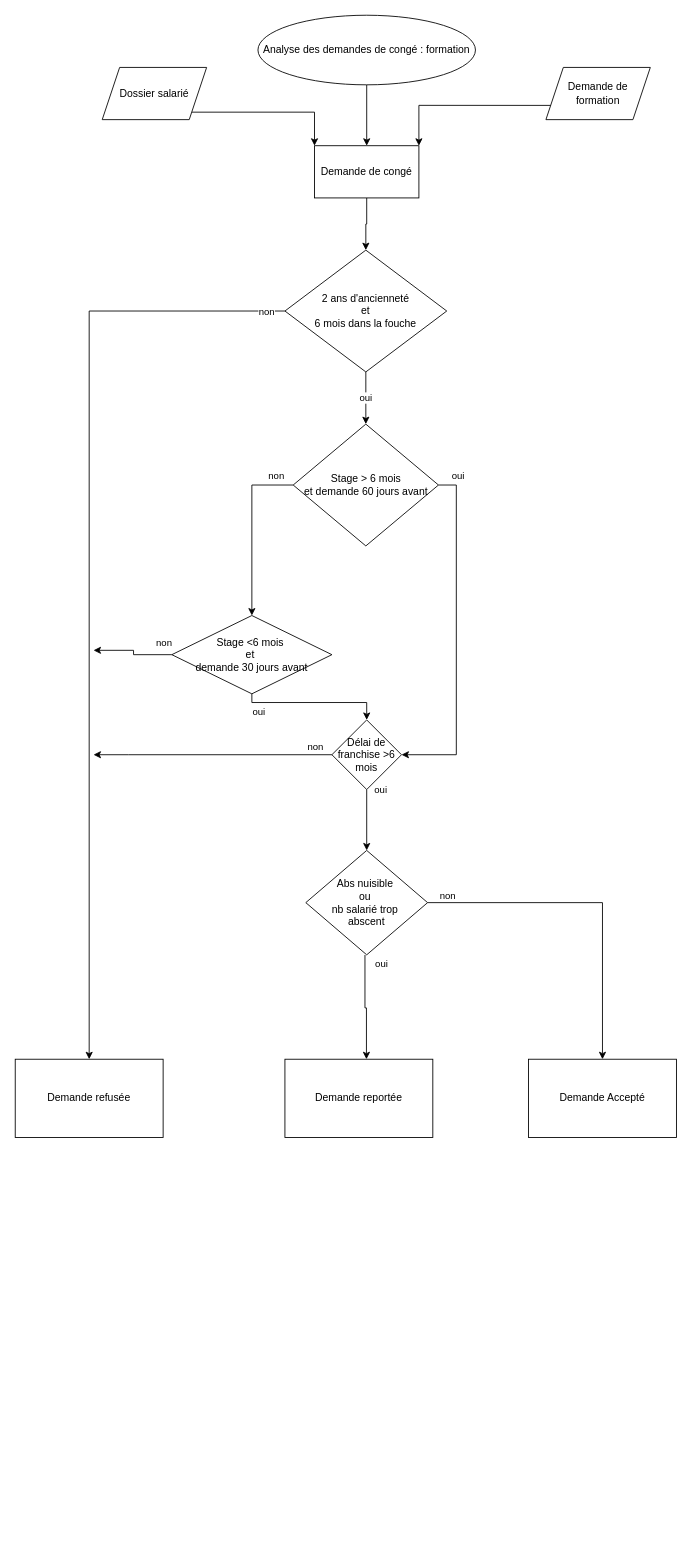
Earlier version of the draw.io diagram R2_10b.drawio (Nereoll/draw.io). Source tidied: cells renumbered, new cells numbered last; positions are measured from the earlier drawing's top-left corner, leaving out a move shared by most shapes. Both pictures are drawn from the tidied source at 87%, with x=0, y=0 at pixel (15, 15).
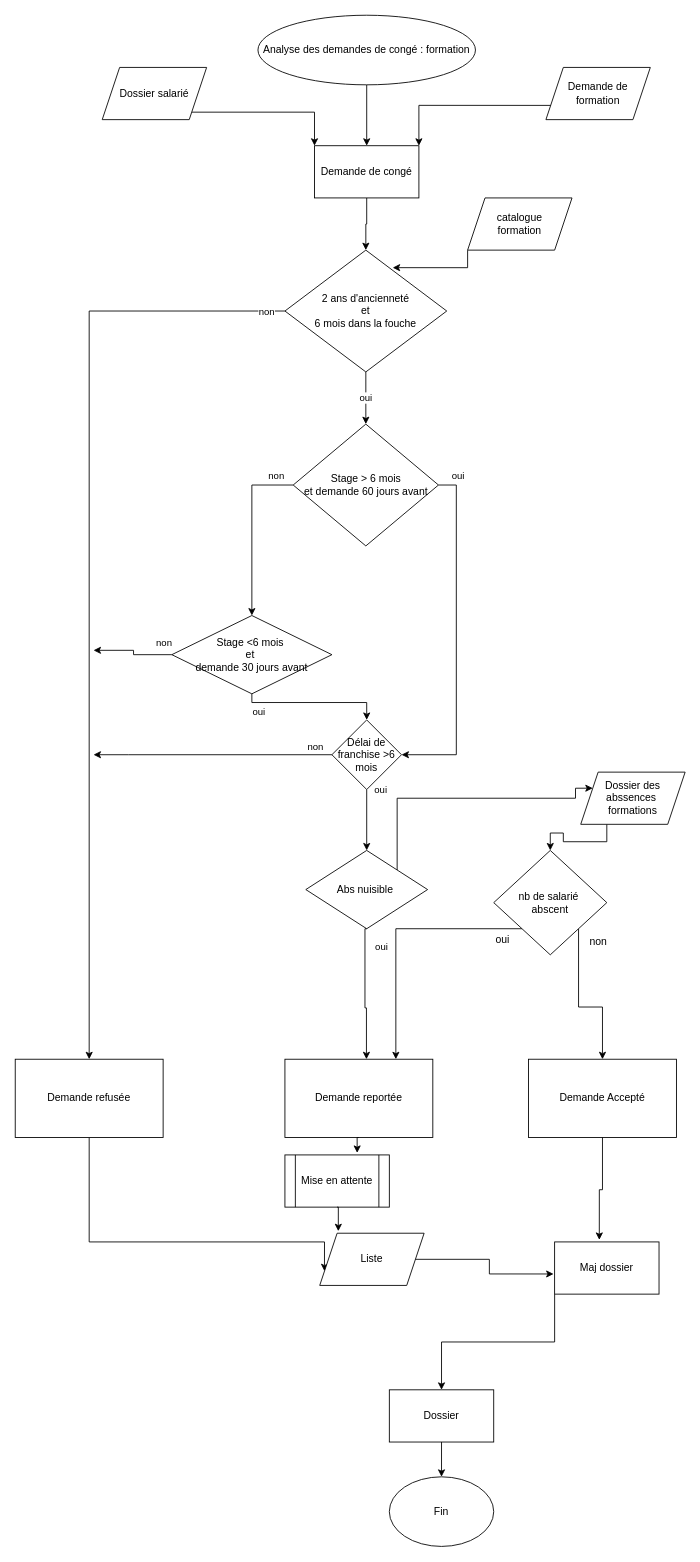
Above is the later version.

Commit message (it also covers changes not shown here):
Mettre à jour R2_10b.drawio

Unchanged cells that the change refers to:
```xml
<mxCell id="9" value="&lt;div&gt;2 ans d'ancienneté&lt;/div&gt;&lt;div&gt;et&lt;/div&gt;&lt;div&gt;6 mois dans la fouche&lt;br&gt;&lt;/div&gt;" style="rhombus;whiteSpace=wrap;html=1;" parent="1" vertex="1">
  <mxGeometry x="310" y="270" width="186" height="140" as="geometry" />
</mxCell>
<mxCell id="10" value="Demande refusée" style="rounded=0;whiteSpace=wrap;html=1;" parent="1" vertex="1">
  <mxGeometry y="1200" width="170" height="90" as="geometry" />
</mxCell>
<mxCell id="27" value="Demande Accepté" style="rounded=0;whiteSpace=wrap;html=1;" parent="1" vertex="1">
  <mxGeometry x="590" y="1200" width="170" height="90" as="geometry" />
</mxCell>
<mxCell id="28" value="Demande reportée" style="rounded=0;whiteSpace=wrap;html=1;" parent="1" vertex="1">
  <mxGeometry x="310" y="1200" width="170" height="90" as="geometry" />
</mxCell>
```

Change to the diagram source:
```diff
@@
+    <mxCell id="35" style="edgeStyle=orthogonalEdgeStyle;rounded=0;jettySize=auto;html=1;exitX=0.5;exitY=1;exitDx=0;exitDy=0;entryX=0;entryY=0.75;entryDx=0;entryDy=0;" parent="1" edge="1" source="10" target="46">
+      <mxGeometry relative="1" as="geometry">
+        <Array as="points">
+          <mxPoint x="85" y="1410" />
+          <mxPoint x="356" y="1410" />
+        </Array>
+      </mxGeometry>
+    </mxCell>
@@
-    <mxCell id="24" style="edgeStyle=orthogonalEdgeStyle;rounded=0;jettySize=auto;html=1;entryX=0.5;entryY=0;entryDx=0;entryDy=0;" parent="1" edge="1" source="26" target="27">
-      <mxGeometry relative="1" as="geometry" />
-    </mxCell>
-    <mxCell id="25" value="non" style="edgeLabel;html=1;align=center;verticalAlign=middle;" parent="24" vertex="1">
-      <mxGeometry x="0.54" y="1" relative="1" as="geometry">
-        <mxPoint x="-180" y="-101" as="offset" />
-      </mxGeometry>
-    </mxCell>
+    <mxCell id="36" style="edgeStyle=orthogonalEdgeStyle;rounded=0;jettySize=auto;html=1;exitX=1;exitY=0;exitDx=0;exitDy=0;entryX=0;entryY=0.25;entryDx=0;entryDy=0;" parent="1" edge="1" source="26" target="40">
+      <mxGeometry relative="1" as="geometry">
+        <Array as="points">
+          <mxPoint x="439" y="900" />
+          <mxPoint x="644" y="900" />
+        </Array>
+      </mxGeometry>
+    </mxCell>
-    <mxCell id="26" value="&lt;div&gt;Abs nuisible&amp;nbsp;&lt;/div&gt;&lt;div&gt;ou&amp;nbsp;&lt;/div&gt;&lt;div&gt;nb salarié trop&amp;nbsp;&lt;/div&gt;&lt;div&gt;abscent&lt;/div&gt;" style="rhombus;whiteSpace=wrap;html=1;" parent="1" vertex="1">
-      <mxGeometry x="334" y="960" width="140" height="120" as="geometry" />
+    <mxCell id="26" value="&lt;div&gt;Abs nuisible&amp;nbsp;&lt;/div&gt;" style="rhombus;whiteSpace=wrap;html=1;" parent="1" vertex="1">
+      <mxGeometry x="334" y="960" width="140" height="90" as="geometry" />
     </mxCell>
@@
-    <mxCell id="29" style="edgeStyle=orthogonalEdgeStyle;rounded=0;orthogonalLoop=1;jettySize=auto;html=1;entryX=0.563;entryY=-0.002;entryDx=0;entryDy=0;entryPerimeter=0;" parent="1" edge="1">
+    <mxCell id="29" style="edgeStyle=orthogonalEdgeStyle;rounded=0;jettySize=auto;html=1;entryX=0.563;entryY=-0.002;entryDx=0;entryDy=0;entryPerimeter=0;exitX=0.5;exitY=1;exitDx=0;exitDy=0;" parent="1" edge="1" source="26">
       <mxGeometry relative="1" as="geometry">
-        <mxPoint x="402" y="1080.2" as="sourcePoint" />
         <mxPoint x="403.7" y="1200" as="targetPoint" />
         <Array as="points">
+          <mxPoint x="402" y="1050" />
           <mxPoint x="402" y="1141" />
           <mxPoint x="404" y="1141" />
         </Array>
       </mxGeometry>
     </mxCell>
@@
+    <mxCell id="37" style="edgeStyle=orthogonalEdgeStyle;rounded=0;jettySize=auto;html=1;exitX=0;exitY=1;exitDx=0;exitDy=0;entryX=0.666;entryY=0.144;entryDx=0;entryDy=0;entryPerimeter=0;" parent="1" edge="1" source="38" target="9">
+      <mxGeometry relative="1" as="geometry" />
+    </mxCell>
+    <mxCell id="38" value="&lt;div&gt;catalogue&lt;/div&gt;&lt;div&gt;formation&lt;br&gt;&lt;/div&gt;" style="shape=parallelogram;perimeter=parallelogramPerimeter;whiteSpace=wrap;html=1;fixedSize=1;" parent="1" vertex="1">
+      <mxGeometry x="520" y="210" width="120" height="60" as="geometry" />
+    </mxCell>
+    <mxCell id="39" style="edgeStyle=orthogonalEdgeStyle;rounded=0;jettySize=auto;html=1;exitX=0.25;exitY=1;exitDx=0;exitDy=0;" parent="1" edge="1" source="40" target="43">
+      <mxGeometry relative="1" as="geometry" />
+    </mxCell>
+    <mxCell id="40" value="&lt;div&gt;Dossier des abssences&amp;nbsp;&lt;/div&gt;&lt;div&gt;formations&lt;/div&gt;" style="shape=parallelogram;perimeter=parallelogramPerimeter;whiteSpace=wrap;html=1;fixedSize=1;" parent="1" vertex="1">
+      <mxGeometry x="650" y="870" width="120" height="60" as="geometry" />
+    </mxCell>
+    <mxCell id="41" style="edgeStyle=orthogonalEdgeStyle;rounded=0;jettySize=auto;html=1;exitX=0;exitY=1;exitDx=0;exitDy=0;entryX=0.75;entryY=0;entryDx=0;entryDy=0;" parent="1" edge="1" source="43" target="28">
+      <mxGeometry relative="1" as="geometry" />
+    </mxCell>
+    <mxCell id="42" style="edgeStyle=orthogonalEdgeStyle;rounded=0;jettySize=auto;html=1;exitX=1;exitY=1;exitDx=0;exitDy=0;entryX=0.5;entryY=0;entryDx=0;entryDy=0;" parent="1" edge="1" source="43" target="27">
+      <mxGeometry relative="1" as="geometry" />
+    </mxCell>
+    <mxCell id="43" value="&lt;div&gt;nb de salarié&amp;nbsp;&lt;/div&gt;&lt;div&gt;abscent&lt;/div&gt;" style="rhombus;whiteSpace=wrap;html=1;" parent="1" vertex="1">
+      <mxGeometry x="550" y="960" width="130" height="120" as="geometry" />
+    </mxCell>
+    <mxCell id="25" value="non" style="text;html=1;align=center;verticalAlign=middle;strokeColor=none;fillColor=none;" parent="1" vertex="1">
+      <mxGeometry x="650" y="1050" width="40" height="30" as="geometry" />
+    </mxCell>
+    <mxCell id="44" value="oui" style="text;html=1;align=center;verticalAlign=middle;strokeColor=none;fillColor=none;" parent="1" vertex="1">
+      <mxGeometry x="540" y="1048" width="40" height="30" as="geometry" />
+    </mxCell>
+    <mxCell id="45" value="Mise en attente" style="shape=process;whiteSpace=wrap;html=1;backgroundOutline=1;" parent="1" vertex="1">
+      <mxGeometry x="310" y="1310" width="120" height="60" as="geometry" />
+    </mxCell>
+    <mxCell id="46" value="Liste" style="shape=parallelogram;perimeter=parallelogramPerimeter;whiteSpace=wrap;html=1;fixedSize=1;" parent="1" vertex="1">
+      <mxGeometry x="350" y="1400" width="120" height="60" as="geometry" />
+    </mxCell>
+    <mxCell id="47" style="edgeStyle=orthogonalEdgeStyle;rounded=0;jettySize=auto;html=1;exitX=0;exitY=1;exitDx=0;exitDy=0;" parent="1" edge="1" source="48" target="50">
+      <mxGeometry relative="1" as="geometry" />
+    </mxCell>
+    <mxCell id="48" value="Maj dossier" style="rounded=0;whiteSpace=wrap;html=1;" parent="1" vertex="1">
+      <mxGeometry x="620" y="1410" width="120" height="60" as="geometry" />
+    </mxCell>
+    <mxCell id="49" style="edgeStyle=orthogonalEdgeStyle;rounded=0;jettySize=auto;html=1;exitX=0.5;exitY=1;exitDx=0;exitDy=0;entryX=0.5;entryY=0;entryDx=0;entryDy=0;" parent="1" edge="1" source="50" target="51">
+      <mxGeometry relative="1" as="geometry" />
+    </mxCell>
+    <mxCell id="50" value="&lt;div&gt;Dossier&lt;/div&gt;" style="rounded=0;whiteSpace=wrap;html=1;" parent="1" vertex="1">
+      <mxGeometry x="430" y="1580" width="120" height="60" as="geometry" />
+    </mxCell>
+    <mxCell id="51" value="Fin" style="ellipse;whiteSpace=wrap;html=1;" parent="1" vertex="1">
+      <mxGeometry x="430" y="1680" width="120" height="80" as="geometry" />
+    </mxCell>
+    <mxCell id="52" style="edgeStyle=orthogonalEdgeStyle;rounded=0;jettySize=auto;html=1;exitX=0.5;exitY=1;exitDx=0;exitDy=0;entryX=0.692;entryY=-0.039;entryDx=0;entryDy=0;entryPerimeter=0;" parent="1" edge="1" source="28" target="45">
+      <mxGeometry relative="1" as="geometry" />
+    </mxCell>
+    <mxCell id="53" style="edgeStyle=orthogonalEdgeStyle;rounded=0;jettySize=auto;html=1;exitX=0.5;exitY=1;exitDx=0;exitDy=0;entryX=0.178;entryY=-0.039;entryDx=0;entryDy=0;entryPerimeter=0;" parent="1" edge="1" source="45" target="46">
+      <mxGeometry relative="1" as="geometry" />
+    </mxCell>
+    <mxCell id="54" style="edgeStyle=orthogonalEdgeStyle;rounded=0;jettySize=auto;html=1;exitX=1;exitY=0.5;exitDx=0;exitDy=0;entryX=-0.01;entryY=0.614;entryDx=0;entryDy=0;entryPerimeter=0;" parent="1" edge="1" source="46" target="48">
+      <mxGeometry relative="1" as="geometry" />
+    </mxCell>
+    <mxCell id="55" style="edgeStyle=orthogonalEdgeStyle;rounded=0;jettySize=auto;html=1;exitX=0.5;exitY=1;exitDx=0;exitDy=0;entryX=0.428;entryY=-0.039;entryDx=0;entryDy=0;entryPerimeter=0;" parent="1" edge="1" source="27" target="48">
+      <mxGeometry relative="1" as="geometry" />
+    </mxCell>
```
